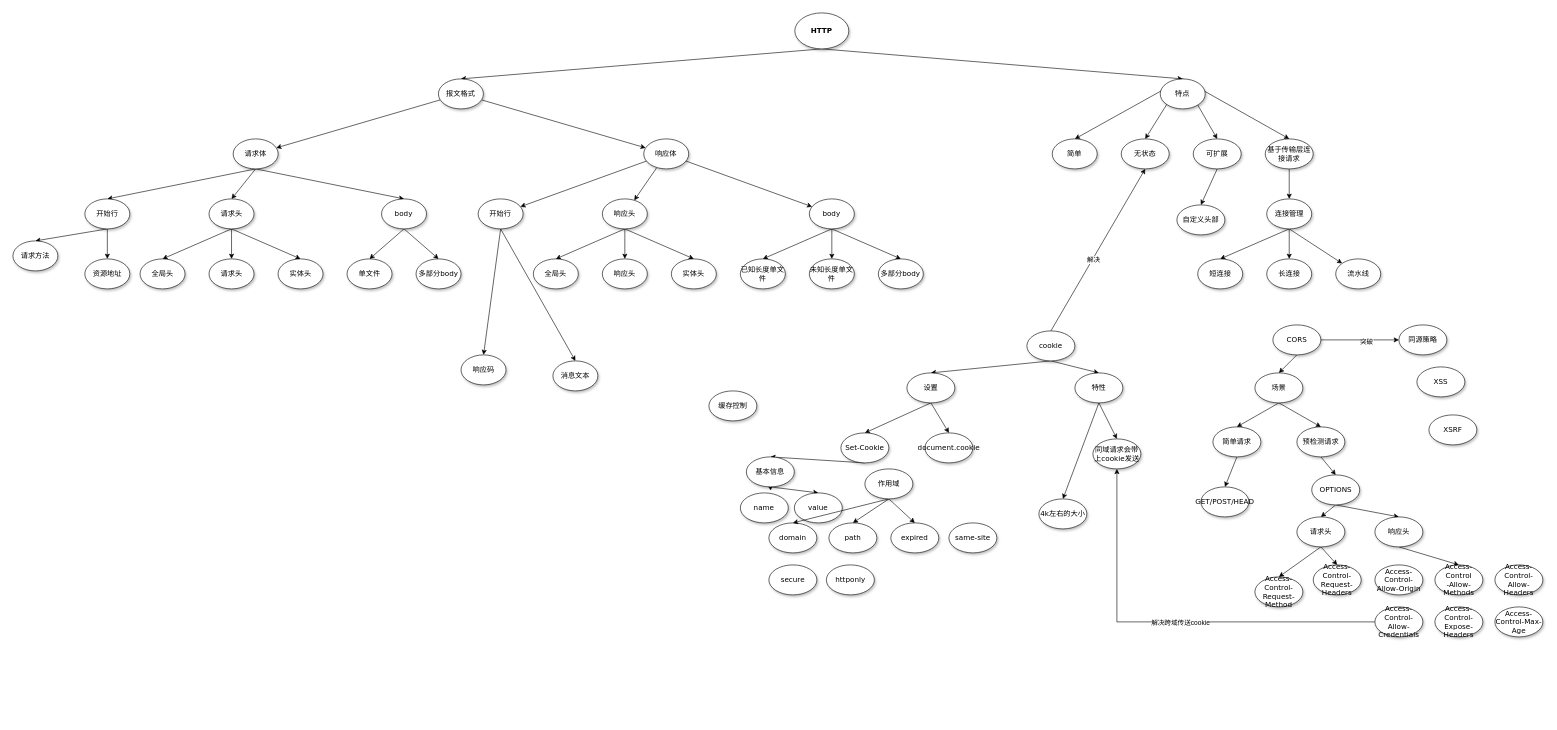
Before: frontend/HTTP.drawio in Rockergmail/draw.io, a draw.io diagram. Source tidied: cells renumbered, new cells numbered last; positions are measured from the earlier drawing's top-left corner, leaving out a move shared by most shapes. Both pictures are drawn from the tidied source at 60%, with x=0, y=0 at pixel (13, 13).
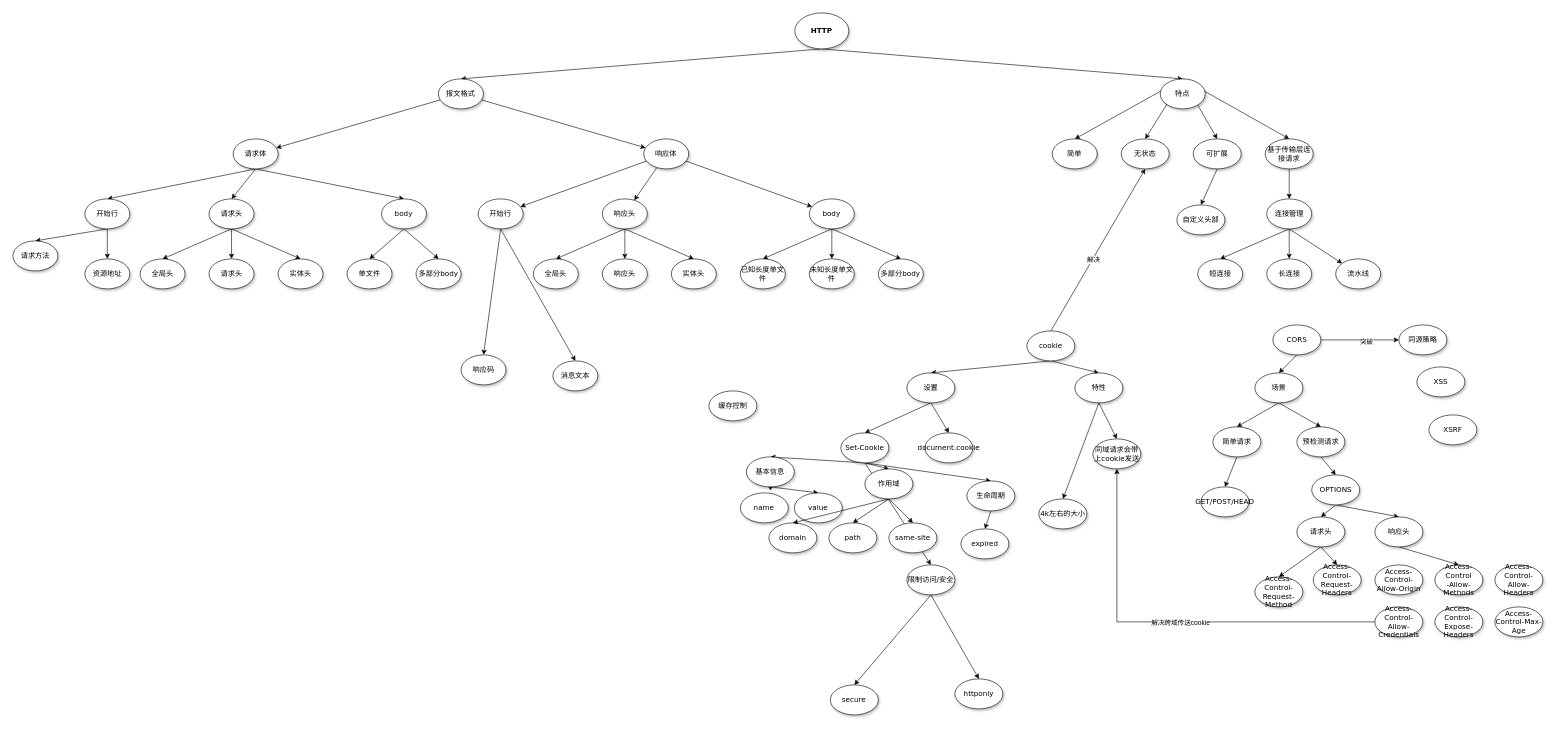
The same page after the edit.

Unchanged cells that the change refers to:
```xml
<mxCell id="108" value="Set-Cookie" style="ellipse;whiteSpace=wrap;html=1;rounded=0;shadow=1;comic=0;labelBackgroundColor=none;strokeWidth=1;fontFamily=Verdana;fontSize=12;align=center;" parent="1" vertex="1">
  <mxGeometry x="1380" y="700" width="80" height="50" as="geometry" />
</mxCell>
<mxCell id="138" value="作用域" style="ellipse;whiteSpace=wrap;html=1;rounded=0;shadow=1;comic=0;labelBackgroundColor=none;strokeWidth=1;fontFamily=Verdana;fontSize=12;align=center;" parent="1" vertex="1">
  <mxGeometry x="1420" y="760" width="80" height="50" as="geometry" />
</mxCell>
```

Change to the diagram source:
```diff
@@
+    <mxCell id="139" style="edgeStyle=none;rounded=0;jettySize=auto;html=1;exitX=0.5;exitY=1;exitDx=0;exitDy=0;entryX=0.5;entryY=0;entryDx=0;entryDy=0;" parent="1" edge="1" source="108" target="144">
+      <mxGeometry relative="1" as="geometry" />
+    </mxCell>
+    <mxCell id="140" style="edgeStyle=none;rounded=0;jettySize=auto;html=1;exitX=0.5;exitY=1;exitDx=0;exitDy=0;entryX=0.5;entryY=0;entryDx=0;entryDy=0;" parent="1" edge="1" source="108" target="138">
+      <mxGeometry relative="1" as="geometry" />
+    </mxCell>
+    <mxCell id="141" style="edgeStyle=none;rounded=0;jettySize=auto;html=1;exitX=0.5;exitY=1;exitDx=0;exitDy=0;entryX=0.5;entryY=0;entryDx=0;entryDy=0;" parent="1" edge="1" source="108" target="147">
+      <mxGeometry relative="1" as="geometry" />
+    </mxCell>
@@
     <mxCell id="127" value="httponly" style="ellipse;whiteSpace=wrap;html=1;rounded=0;shadow=1;comic=0;labelBackgroundColor=none;strokeWidth=1;fontFamily=Verdana;fontSize=12;align=center;" parent="1" vertex="1">
-      <mxGeometry x="1355.8" y="920" width="80" height="50" as="geometry" />
+      <mxGeometry x="1570" y="1110" width="80" height="50" as="geometry" />
     </mxCell>
     <mxCell id="128" value="secure" style="ellipse;whiteSpace=wrap;html=1;rounded=0;shadow=1;comic=0;labelBackgroundColor=none;strokeWidth=1;fontFamily=Verdana;fontSize=12;align=center;" parent="1" vertex="1">
-      <mxGeometry x="1260" y="920" width="80" height="50" as="geometry" />
+      <mxGeometry x="1362.4" y="1120" width="80" height="50" as="geometry" />
     </mxCell>
@@
     <mxCell id="130" value="expired" style="ellipse;whiteSpace=wrap;html=1;rounded=0;shadow=1;comic=0;labelBackgroundColor=none;strokeWidth=1;fontFamily=Verdana;fontSize=12;align=center;" parent="1" vertex="1">
-      <mxGeometry x="1463.2" y="850" width="80" height="50" as="geometry" />
+      <mxGeometry x="1580" y="860" width="80" height="50" as="geometry" />
     </mxCell>
@@
     <mxCell id="132" value="same-site" style="ellipse;whiteSpace=wrap;html=1;rounded=0;shadow=1;comic=0;labelBackgroundColor=none;strokeWidth=1;fontFamily=Verdana;fontSize=12;align=center;" parent="1" vertex="1">
-      <mxGeometry x="1560" y="850" width="80" height="50" as="geometry" />
+      <mxGeometry x="1460" y="850" width="80" height="50" as="geometry" />
     </mxCell>
@@
-    <mxCell id="137" style="edgeStyle=none;rounded=0;jettySize=auto;html=1;exitX=0.5;exitY=1;exitDx=0;exitDy=0;entryX=0.5;entryY=0;entryDx=0;entryDy=0;" parent="1" edge="1" source="138" target="130">
-      <mxGeometry relative="1" as="geometry" />
-    </mxCell>
+    <mxCell id="142" style="edgeStyle=none;rounded=0;jettySize=auto;html=1;exitX=0.5;exitY=1;exitDx=0;exitDy=0;entryX=0.5;entryY=0;entryDx=0;entryDy=0;" parent="1" edge="1" source="138" target="132">
+      <mxGeometry relative="1" as="geometry" />
+    </mxCell>
@@
+    <mxCell id="143" style="edgeStyle=none;rounded=0;jettySize=auto;html=1;exitX=0.5;exitY=1;exitDx=0;exitDy=0;entryX=0.5;entryY=0;entryDx=0;entryDy=0;" parent="1" edge="1" source="144" target="130">
+      <mxGeometry relative="1" as="geometry" />
+    </mxCell>
+    <mxCell id="144" value="生命周期" style="ellipse;whiteSpace=wrap;html=1;rounded=0;shadow=1;comic=0;labelBackgroundColor=none;strokeWidth=1;fontFamily=Verdana;fontSize=12;align=center;" parent="1" vertex="1">
+      <mxGeometry x="1590" y="780" width="80" height="50" as="geometry" />
+    </mxCell>
+    <mxCell id="145" style="edgeStyle=none;rounded=0;jettySize=auto;html=1;exitX=0.5;exitY=1;exitDx=0;exitDy=0;entryX=0.5;entryY=0;entryDx=0;entryDy=0;" parent="1" edge="1" source="147" target="128">
+      <mxGeometry relative="1" as="geometry" />
+    </mxCell>
+    <mxCell id="146" style="edgeStyle=none;rounded=0;jettySize=auto;html=1;exitX=0.5;exitY=1;exitDx=0;exitDy=0;entryX=0.5;entryY=0;entryDx=0;entryDy=0;" parent="1" edge="1" source="147" target="127">
+      <mxGeometry relative="1" as="geometry" />
+    </mxCell>
+    <mxCell id="147" value="限制访问/安全" style="ellipse;whiteSpace=wrap;html=1;rounded=0;shadow=1;comic=0;labelBackgroundColor=none;strokeWidth=1;fontFamily=Verdana;fontSize=12;align=center;" parent="1" vertex="1">
+      <mxGeometry x="1490" y="920" width="80" height="50" as="geometry" />
+    </mxCell>
```
